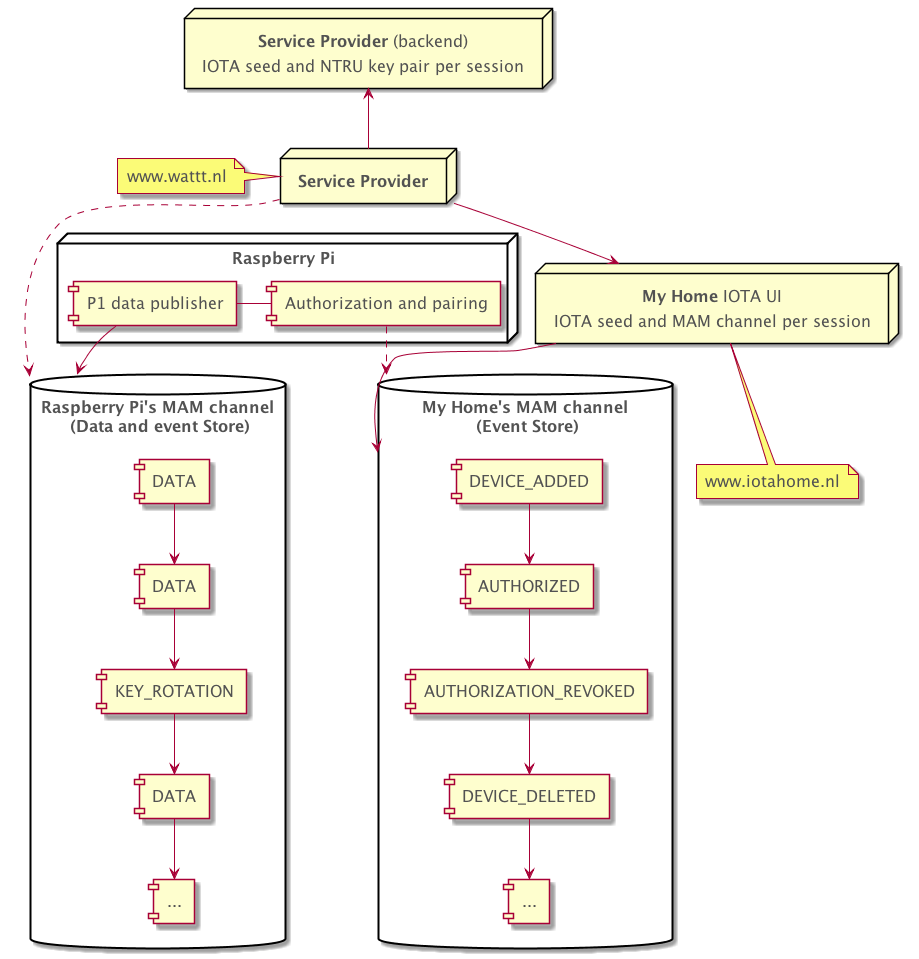
The PlantUML diagram docs/assets/component-diagram.png in alliander-opensource/decentralized-auth, before a commit.
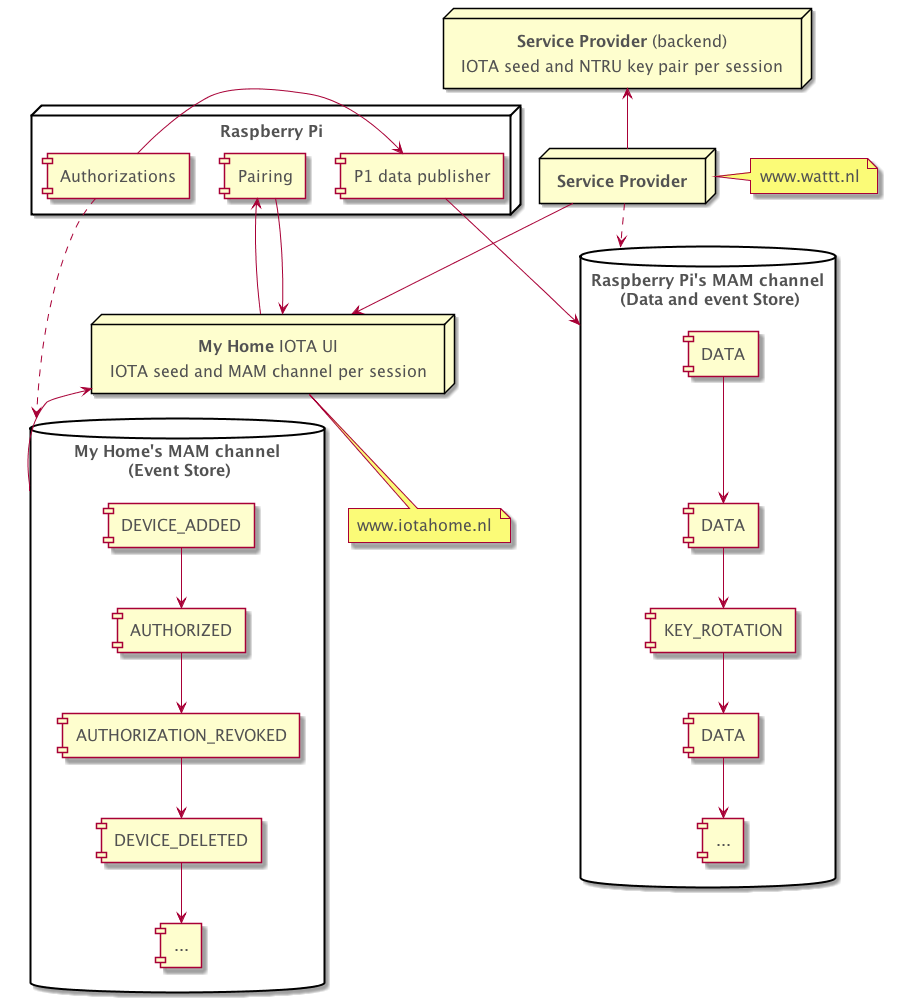
The same file after the commit.

Commit message:
doc: add pairing and align component diagram

Change to the diagram source:
```diff
@@ -12,14 +12,15 @@
 
 node "**Raspberry Pi**" {
    [P1 data publisher] as device
-   [Authorization and pairing] as device_auth_module
-   device - device_auth_module
+   [Pairing] as device_pairing_module
+   [Authorizations] as device_auth_module
+   device_auth_module -> device
 }
 
 node "**Service Provider** (backend)\nIOTA seed and NTRU key pair per session" as service_provider_backend
 
 node "**Service Provider**" as service_provider
-note left of service_provider : www.wattt.nl
+note right of service_provider : www.wattt.nl
 
 node "**My Home** IOTA UI \n IOTA seed and MAM channel per session" as my_home
 note bottom of my_home : www.iotahome.nl
@@ -49,9 +50,12 @@
 
 service_provider_backend <-- service_provider
 
-my_home --> my_home_mam
+my_home <-- my_home_mam
 
 service_provider ..> device_mam
 service_provider --> my_home
 
+device_pairing_module <-- my_home
+device_pairing_module --> my_home
+
 @enduml
```
